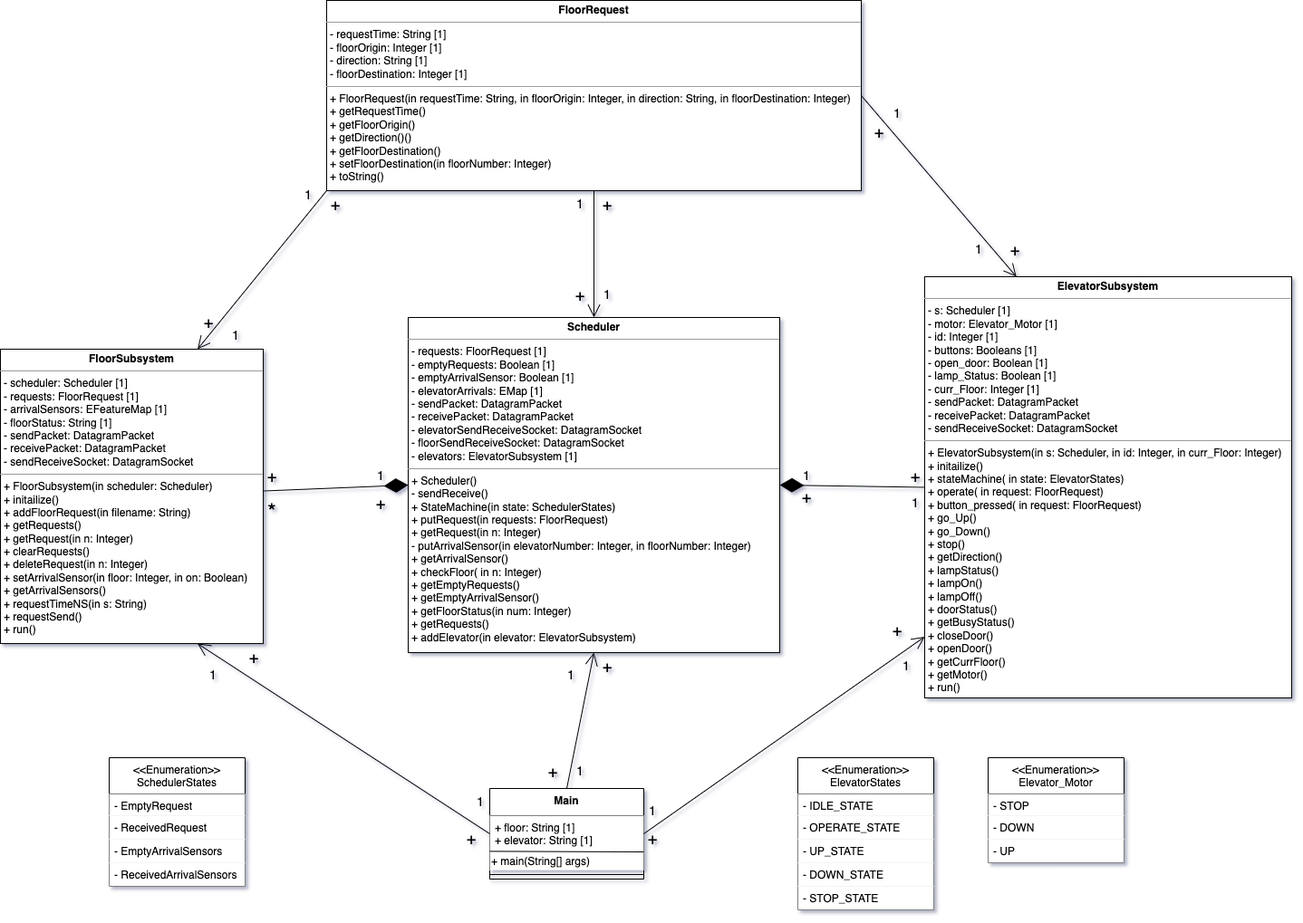
This is L4G10_milestone_3/ClassDiagram3.png from andy-ngo/SYSC3303_L4_G10, a draw.io export, as it was before one commit. Source tidied: cells renumbered, new cells last; positions are measured from the earlier drawing's top-left corner, leaving out a move shared by most shapes.
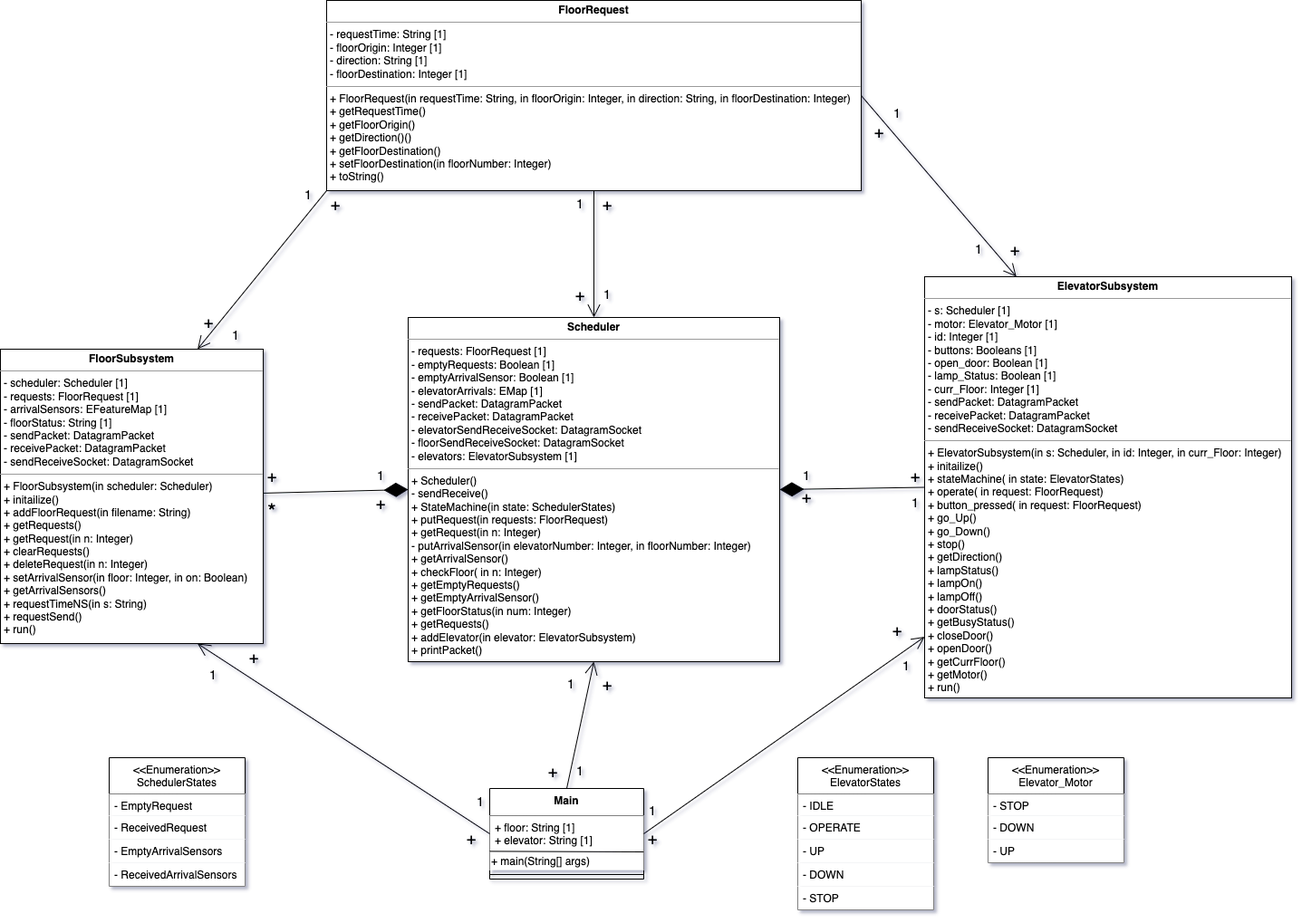
After the commit.

What changed in the source:
```diff
@@ -2,8 +2,8 @@
   <root>
     <mxCell id="0" />
     <mxCell id="1" parent="0" />
-    <mxCell id="2" value="&lt;p style=&quot;margin: 0px ; margin-top: 4px ; text-align: center&quot;&gt;&lt;b&gt;Scheduler&lt;/b&gt;&lt;/p&gt;&lt;hr size=&quot;1&quot;&gt;&lt;p style=&quot;margin: 0px ; margin-left: 4px&quot;&gt;- requests: FloorRequest [1]&lt;/p&gt;&lt;p style=&quot;margin: 0px ; margin-left: 4px&quot;&gt;&lt;span&gt;- emptyRequests: Boolean [1]&lt;/span&gt;&lt;br&gt;&lt;/p&gt;&lt;p style=&quot;margin: 0px 0px 0px 4px&quot;&gt;&lt;span&gt;- emptyArrivalSensor: Boolean [1]&lt;/span&gt;&lt;br&gt;&lt;/p&gt;&lt;p style=&quot;margin: 0px ; margin-left: 4px&quot;&gt;- elevatorArrivals: EMap [1]&lt;/p&gt;&lt;p style=&quot;margin: 0px ; margin-left: 4px&quot;&gt;- sendPacket: DatagramPacket&amp;nbsp;&lt;/p&gt;&lt;p style=&quot;margin: 0px ; margin-left: 4px&quot;&gt;- receivePacket: DatagramPacket&lt;/p&gt;&lt;p style=&quot;margin: 0px ; margin-left: 4px&quot;&gt;- elevatorSendReceiveSocket: DatagramSocket&lt;/p&gt;&lt;p style=&quot;margin: 0px ; margin-left: 4px&quot;&gt;- floorSendReceiveSocket: DatagramSocket&lt;/p&gt;&lt;p style=&quot;margin: 0px ; margin-left: 4px&quot;&gt;- elevators: ElevatorSubsystem [1]&lt;/p&gt;&lt;hr size=&quot;1&quot;&gt;&lt;p style=&quot;margin: 0px ; margin-left: 4px&quot;&gt;+ Scheduler()&lt;/p&gt;&lt;p style=&quot;margin: 0px ; margin-left: 4px&quot;&gt;- sendReceive()&lt;/p&gt;&lt;p style=&quot;margin: 0px 0px 0px 4px&quot;&gt;+ StateMachine(in state: SchedulerStates)&lt;/p&gt;&lt;p style=&quot;margin: 0px ; margin-left: 4px&quot;&gt;+ putRequest(in requests: FloorRequest)&lt;/p&gt;&lt;p style=&quot;margin: 0px ; margin-left: 4px&quot;&gt;+ getRequest(in n: Integer)&lt;/p&gt;&lt;p style=&quot;margin: 0px ; margin-left: 4px&quot;&gt;- putArrivalSensor(in elevatorNumber: Integer, in floorNumber: Integer)&lt;/p&gt;&lt;p style=&quot;margin: 0px ; margin-left: 4px&quot;&gt;+ getArrivalSensor()&lt;/p&gt;&lt;p style=&quot;margin: 0px ; margin-left: 4px&quot;&gt;+ checkFloor( in n: Integer)&lt;/p&gt;&lt;p style=&quot;margin: 0px ; margin-left: 4px&quot;&gt;+ getEmptyRequests()&lt;/p&gt;&lt;p style=&quot;margin: 0px ; margin-left: 4px&quot;&gt;+ getEmptyArrivalSensor()&lt;/p&gt;&lt;p style=&quot;margin: 0px ; margin-left: 4px&quot;&gt;+ getFloorStatus(in num: Integer)&lt;br&gt;&lt;/p&gt;&lt;p style=&quot;margin: 0px ; margin-left: 4px&quot;&gt;+ getRequests()&lt;/p&gt;&lt;p style=&quot;margin: 0px ; margin-left: 4px&quot;&gt;+ addElevator(in elevator: ElevatorSubsystem)&lt;/p&gt;&lt;p style=&quot;margin: 0px ; margin-left: 4px&quot;&gt;&lt;br&gt;&lt;/p&gt;&lt;p style=&quot;margin: 0px ; margin-left: 4px&quot;&gt;&lt;br&gt;&lt;/p&gt;&lt;p style=&quot;margin: 0px ; margin-left: 4px&quot;&gt;&lt;br&gt;&lt;/p&gt;" style="verticalAlign=top;align=left;overflow=fill;fontSize=12;fontFamily=Helvetica;html=1;" parent="1" vertex="1">
-      <mxGeometry x="450" y="350" width="410" height="370" as="geometry" />
+    <mxCell id="2" value="&lt;p style=&quot;margin: 0px ; margin-top: 4px ; text-align: center&quot;&gt;&lt;b&gt;Scheduler&lt;/b&gt;&lt;/p&gt;&lt;hr size=&quot;1&quot;&gt;&lt;p style=&quot;margin: 0px ; margin-left: 4px&quot;&gt;- requests: FloorRequest [1]&lt;/p&gt;&lt;p style=&quot;margin: 0px ; margin-left: 4px&quot;&gt;&lt;span&gt;- emptyRequests: Boolean [1]&lt;/span&gt;&lt;br&gt;&lt;/p&gt;&lt;p style=&quot;margin: 0px 0px 0px 4px&quot;&gt;&lt;span&gt;- emptyArrivalSensor: Boolean [1]&lt;/span&gt;&lt;br&gt;&lt;/p&gt;&lt;p style=&quot;margin: 0px ; margin-left: 4px&quot;&gt;- elevatorArrivals: EMap [1]&lt;/p&gt;&lt;p style=&quot;margin: 0px ; margin-left: 4px&quot;&gt;- sendPacket: DatagramPacket&amp;nbsp;&lt;/p&gt;&lt;p style=&quot;margin: 0px ; margin-left: 4px&quot;&gt;- receivePacket: DatagramPacket&lt;/p&gt;&lt;p style=&quot;margin: 0px ; margin-left: 4px&quot;&gt;- elevatorSendReceiveSocket: DatagramSocket&lt;/p&gt;&lt;p style=&quot;margin: 0px ; margin-left: 4px&quot;&gt;- floorSendReceiveSocket: DatagramSocket&lt;/p&gt;&lt;p style=&quot;margin: 0px ; margin-left: 4px&quot;&gt;- elevators: ElevatorSubsystem [1]&lt;/p&gt;&lt;hr size=&quot;1&quot;&gt;&lt;p style=&quot;margin: 0px ; margin-left: 4px&quot;&gt;+ Scheduler()&lt;/p&gt;&lt;p style=&quot;margin: 0px ; margin-left: 4px&quot;&gt;- sendReceive()&lt;/p&gt;&lt;p style=&quot;margin: 0px 0px 0px 4px&quot;&gt;+ StateMachine(in state: SchedulerStates)&lt;/p&gt;&lt;p style=&quot;margin: 0px ; margin-left: 4px&quot;&gt;+ putRequest(in requests: FloorRequest)&lt;/p&gt;&lt;p style=&quot;margin: 0px ; margin-left: 4px&quot;&gt;+ getRequest(in n: Integer)&lt;/p&gt;&lt;p style=&quot;margin: 0px ; margin-left: 4px&quot;&gt;- putArrivalSensor(in elevatorNumber: Integer, in floorNumber: Integer)&lt;/p&gt;&lt;p style=&quot;margin: 0px ; margin-left: 4px&quot;&gt;+ getArrivalSensor()&lt;/p&gt;&lt;p style=&quot;margin: 0px ; margin-left: 4px&quot;&gt;+ checkFloor( in n: Integer)&lt;/p&gt;&lt;p style=&quot;margin: 0px ; margin-left: 4px&quot;&gt;+ getEmptyRequests()&lt;/p&gt;&lt;p style=&quot;margin: 0px ; margin-left: 4px&quot;&gt;+ getEmptyArrivalSensor()&lt;/p&gt;&lt;p style=&quot;margin: 0px ; margin-left: 4px&quot;&gt;+ getFloorStatus(in num: Integer)&lt;br&gt;&lt;/p&gt;&lt;p style=&quot;margin: 0px ; margin-left: 4px&quot;&gt;+ getRequests()&lt;/p&gt;&lt;p style=&quot;margin: 0px ; margin-left: 4px&quot;&gt;+ addElevator(in elevator: ElevatorSubsystem)&lt;/p&gt;&lt;p style=&quot;margin: 0px ; margin-left: 4px&quot;&gt;+ printPacket()&lt;/p&gt;&lt;p style=&quot;margin: 0px ; margin-left: 4px&quot;&gt;&lt;br&gt;&lt;/p&gt;&lt;p style=&quot;margin: 0px ; margin-left: 4px&quot;&gt;&lt;br&gt;&lt;/p&gt;&lt;p style=&quot;margin: 0px ; margin-left: 4px&quot;&gt;&lt;br&gt;&lt;/p&gt;" style="verticalAlign=top;align=left;overflow=fill;fontSize=12;fontFamily=Helvetica;html=1;" parent="1" vertex="1">
+      <mxGeometry x="450" y="350" width="410" height="380" as="geometry" />
     </mxCell>
     <mxCell id="3" value="&lt;p style=&quot;margin: 0px ; margin-top: 4px ; text-align: center&quot;&gt;&lt;b&gt;FloorSubsystem&lt;/b&gt;&lt;/p&gt;&lt;hr size=&quot;1&quot;&gt;&lt;p style=&quot;margin: 0px ; margin-left: 4px&quot;&gt;- scheduler: Scheduler [1]&lt;/p&gt;&lt;p style=&quot;margin: 0px ; margin-left: 4px&quot;&gt;- requests: FloorRequest [1]&lt;/p&gt;&lt;p style=&quot;margin: 0px ; margin-left: 4px&quot;&gt;- arrivalSensors: EFeatureMap [1]&lt;/p&gt;&lt;p style=&quot;margin: 0px ; margin-left: 4px&quot;&gt;- floorStatus: String [1]&lt;/p&gt;&lt;p style=&quot;margin: 0px ; margin-left: 4px&quot;&gt;- sendPacket: DatagramPacket&lt;/p&gt;&lt;p style=&quot;margin: 0px ; margin-left: 4px&quot;&gt;- receivePacket: DatagramPacket&lt;/p&gt;&lt;p style=&quot;margin: 0px ; margin-left: 4px&quot;&gt;- sendReceiveSocket: DatagramSocket&lt;/p&gt;&lt;hr size=&quot;1&quot;&gt;&lt;p style=&quot;margin: 0px ; margin-left: 4px&quot;&gt;+ FloorSubsystem(in scheduler: Scheduler)&lt;/p&gt;&lt;p style=&quot;margin: 0px ; margin-left: 4px&quot;&gt;+ initailize()&lt;/p&gt;&lt;p style=&quot;margin: 0px ; margin-left: 4px&quot;&gt;+ addFloorRequest(in filename: String)&lt;/p&gt;&lt;p style=&quot;margin: 0px ; margin-left: 4px&quot;&gt;+ getRequests()&lt;/p&gt;&lt;p style=&quot;margin: 0px ; margin-left: 4px&quot;&gt;+ getRequest(in n: Integer)&lt;/p&gt;&lt;p style=&quot;margin: 0px ; margin-left: 4px&quot;&gt;+ clearRequests()&lt;/p&gt;&lt;p style=&quot;margin: 0px ; margin-left: 4px&quot;&gt;+ deleteRequest(in n: Integer)&lt;/p&gt;&lt;p style=&quot;margin: 0px ; margin-left: 4px&quot;&gt;+ setArrivalSensor(in floor: Integer, in on: Boolean)&lt;/p&gt;&lt;p style=&quot;margin: 0px ; margin-left: 4px&quot;&gt;+ getArrivalSensors()&lt;/p&gt;&lt;p style=&quot;margin: 0px ; margin-left: 4px&quot;&gt;+ requestTimeNS(in s: String)&lt;/p&gt;&lt;p style=&quot;margin: 0px ; margin-left: 4px&quot;&gt;+ requestSend()&lt;/p&gt;&lt;p style=&quot;margin: 0px ; margin-left: 4px&quot;&gt;+ run()&lt;/p&gt;" style="verticalAlign=top;align=left;overflow=fill;fontSize=12;fontFamily=Helvetica;html=1;" parent="1" vertex="1">
       <mxGeometry y="385" width="290" height="325" as="geometry" />
@@ -80,19 +80,19 @@
     <mxCell id="27" value="&lt;&lt;Enumeration&gt;&gt;&#10;ElevatorStates" style="swimlane;fontStyle=0;horizontal=1;startSize=40;fillColor=#FFFFFF;" parent="1" vertex="1">
       <mxGeometry x="880" y="836" width="150" height="168" as="geometry" />
     </mxCell>
-    <mxCell id="28" value="- IDLE_STATE" style="text;strokeColor=none;fillColor=#FFFFFF;align=left;verticalAlign=top;spacingLeft=4;spacingRight=4;overflow=hidden;" parent="27" vertex="1">
+    <mxCell id="28" value="- IDLE" style="text;strokeColor=none;fillColor=#FFFFFF;align=left;verticalAlign=top;spacingLeft=4;spacingRight=4;overflow=hidden;" parent="27" vertex="1">
       <mxGeometry y="40" width="150" height="24" as="geometry" />
     </mxCell>
-    <mxCell id="29" value="- OPERATE_STATE" style="text;strokeColor=none;fillColor=#FFFFFF;align=left;verticalAlign=top;spacingLeft=4;spacingRight=4;overflow=hidden;" parent="27" vertex="1">
+    <mxCell id="29" value="- OPERATE" style="text;strokeColor=none;fillColor=#FFFFFF;align=left;verticalAlign=top;spacingLeft=4;spacingRight=4;overflow=hidden;" parent="27" vertex="1">
       <mxGeometry y="64" width="150" height="26" as="geometry" />
     </mxCell>
-    <mxCell id="30" value="- UP_STATE" style="text;strokeColor=none;fillColor=#FFFFFF;align=left;verticalAlign=top;spacingLeft=4;spacingRight=4;overflow=hidden;" parent="27" vertex="1">
+    <mxCell id="30" value="- UP" style="text;strokeColor=none;fillColor=#FFFFFF;align=left;verticalAlign=top;spacingLeft=4;spacingRight=4;overflow=hidden;" parent="27" vertex="1">
       <mxGeometry y="90" width="150" height="26" as="geometry" />
     </mxCell>
-    <mxCell id="31" value="- DOWN_STATE" style="text;strokeColor=none;fillColor=#FFFFFF;align=left;verticalAlign=top;spacingLeft=4;spacingRight=4;overflow=hidden;" parent="27" vertex="1">
+    <mxCell id="31" value="- DOWN" style="text;strokeColor=none;fillColor=#FFFFFF;align=left;verticalAlign=top;spacingLeft=4;spacingRight=4;overflow=hidden;" parent="27" vertex="1">
       <mxGeometry y="116" width="150" height="26" as="geometry" />
     </mxCell>
-    <mxCell id="32" value="- STOP_STATE" style="text;strokeColor=none;fillColor=#FFFFFF;align=left;verticalAlign=top;spacingLeft=4;spacingRight=4;overflow=hidden;" parent="27" vertex="1">
+    <mxCell id="32" value="- STOP" style="text;strokeColor=none;fillColor=#FFFFFF;align=left;verticalAlign=top;spacingLeft=4;spacingRight=4;overflow=hidden;" parent="27" vertex="1">
       <mxGeometry y="142" width="150" height="26" as="geometry" />
     </mxCell>
     <mxCell id="33" value="&lt;font style=&quot;font-size: 18px&quot;&gt;+&lt;/font&gt;" style="text;html=1;strokeColor=none;fillColor=none;align=center;verticalAlign=middle;whiteSpace=wrap;rounded=0;" parent="1" vertex="1">
@@ -141,7 +141,7 @@
       <mxGeometry x="580" y="836" width="60" height="30" as="geometry" />
     </mxCell>
     <mxCell id="48" value="&lt;font style=&quot;font-size: 18px&quot;&gt;+&lt;/font&gt;" style="text;html=1;strokeColor=none;fillColor=none;align=center;verticalAlign=middle;whiteSpace=wrap;rounded=0;" parent="1" vertex="1">
-      <mxGeometry x="640" y="720" width="60" height="30" as="geometry" />
+      <mxGeometry x="640" y="740" width="60" height="30" as="geometry" />
     </mxCell>
     <mxCell id="49" value="&lt;font style=&quot;font-size: 18px&quot;&gt;+&lt;/font&gt;" style="text;html=1;strokeColor=none;fillColor=none;align=center;verticalAlign=middle;whiteSpace=wrap;rounded=0;" parent="1" vertex="1">
       <mxGeometry x="690" y="910" width="60" height="30" as="geometry" />
@@ -183,7 +183,7 @@
       <mxGeometry x="610" y="836" width="60" height="30" as="geometry" />
     </mxCell>
     <mxCell id="62" value="&lt;font style=&quot;font-size: 14px&quot;&gt;1&lt;/font&gt;" style="text;html=1;strokeColor=none;fillColor=none;align=center;verticalAlign=middle;whiteSpace=wrap;rounded=0;" parent="1" vertex="1">
-      <mxGeometry x="600" y="730" width="60" height="30" as="geometry" />
+      <mxGeometry x="600" y="740" width="60" height="30" as="geometry" />
     </mxCell>
     <mxCell id="63" value="&lt;font style=&quot;font-size: 14px&quot;&gt;1&lt;/font&gt;" style="text;html=1;strokeColor=none;fillColor=none;align=center;verticalAlign=middle;whiteSpace=wrap;rounded=0;" parent="1" vertex="1">
       <mxGeometry x="970" y="720" width="60" height="30" as="geometry" />
```
